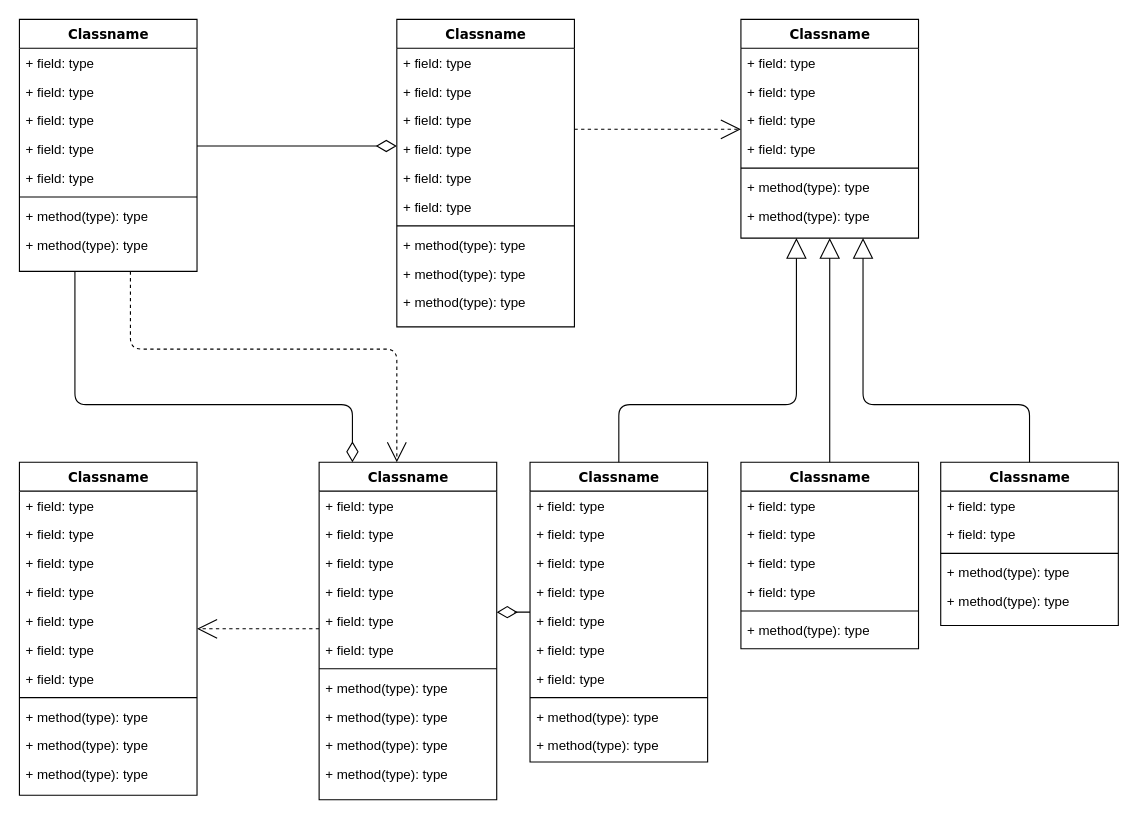
This is public/software.drawio from cxoto/images, a draw.io file, before an edit. Source tidied: cells renumbered, new cells numbered last; positions are measured from the earlier drawing's top-left corner, leaving out a move shared by most shapes. Both pictures are drawn from the tidied source at 111%, with x=0, y=0 at pixel (19, 19).
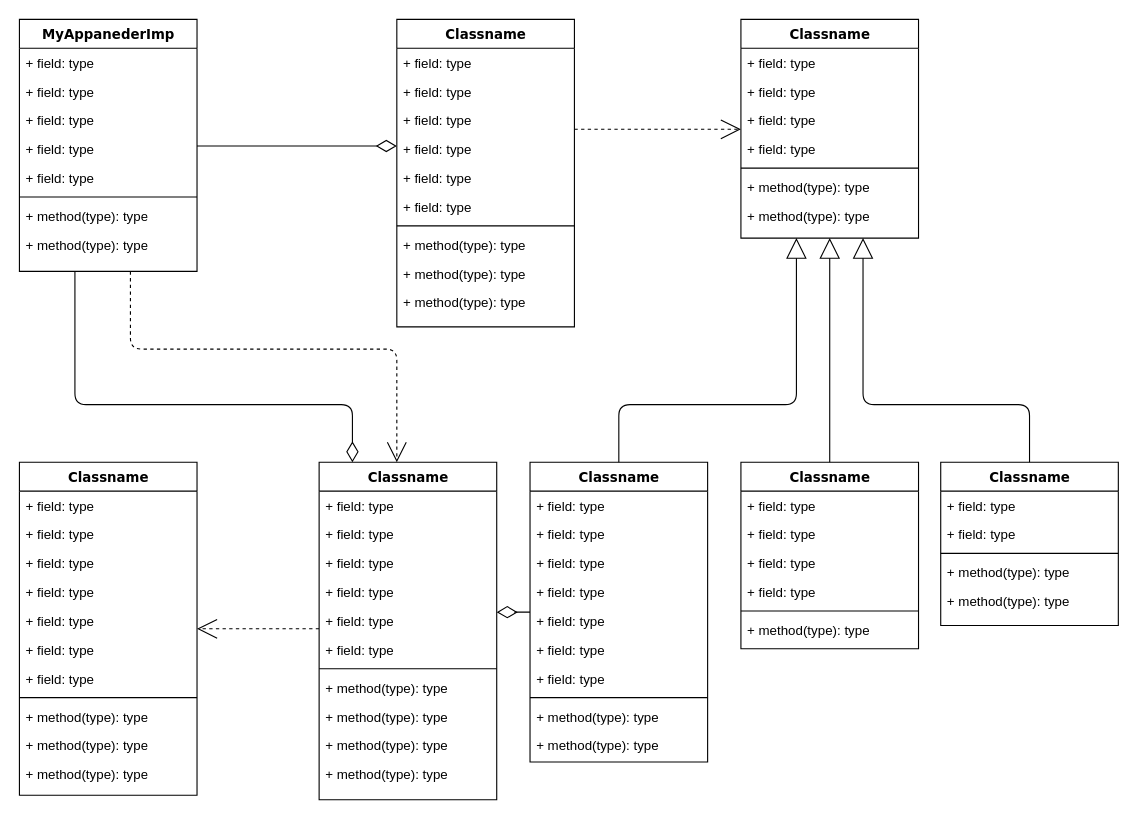
After the change.

What changed in the source:
```diff
@@
-    <mxCell id="4" value="Classname" style="swimlane;html=1;fontStyle=1;align=center;verticalAlign=top;horizontal=1;startSize=26;swimlaneFillColor=#ffffff;rounded=0;shadow=0;comic=0;labelBackgroundColor=none;strokeWidth=1;fillColor=none;fontFamily=Verdana;fontSize=12;" parent="1" vertex="1">
+    <mxCell id="4" value="MyAppanederImp" style="swimlane;html=1;fontStyle=1;align=center;verticalAlign=top;horizontal=1;startSize=26;swimlaneFillColor=#ffffff;rounded=0;shadow=0;comic=0;labelBackgroundColor=none;strokeWidth=1;fillColor=none;fontFamily=Verdana;fontSize=12;" parent="1" vertex="1">
       <mxGeometry width="160" height="227" as="geometry" />
     </mxCell>
```
